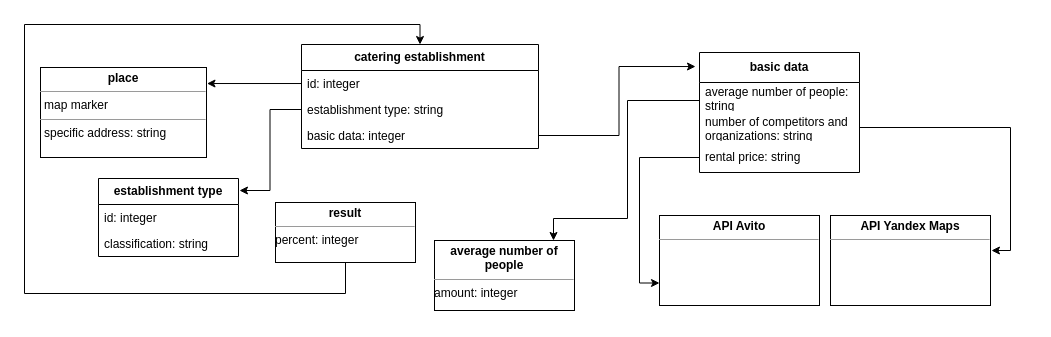
Before: Диаграмма классов.drawio in elmirhismatov/Diplom, a draw.io diagram. Source tidied: cells renumbered, new cells numbered last; positions are measured from the earlier drawing's top-left corner, leaving out a move shared by most shapes. Both pictures are drawn from the tidied source at 100%, with x=0, y=0 at pixel (24, 24).
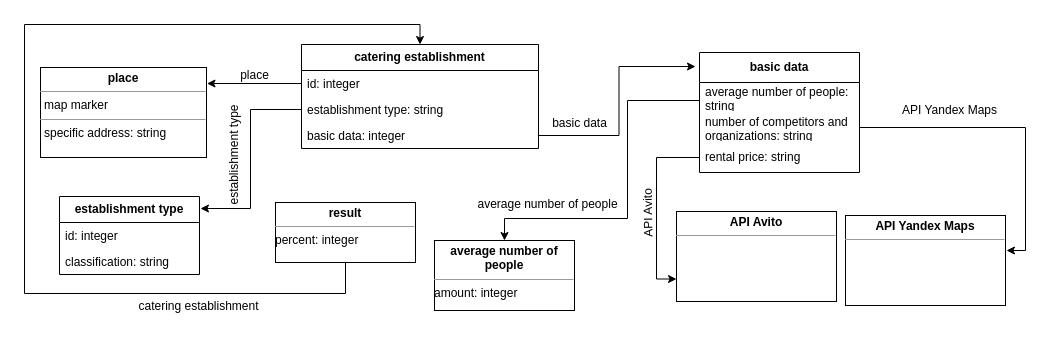
The same diagram, later.

Unchanged cells that the change refers to:
```xml
<mxCell id="10" value="average number of people: string" style="text;strokeColor=none;fillColor=none;align=left;verticalAlign=middle;spacingLeft=4;spacingRight=4;overflow=hidden;points=[[0,0.5],[1,0.5]];portConstraint=eastwest;whiteSpace=wrap;html=1;" parent="9" vertex="1">
  <mxGeometry y="30" width="160" height="30" as="geometry" />
</mxCell>
<mxCell id="17" value="&lt;p style=&quot;margin:0px;margin-top:4px;text-align:center;&quot;&gt;&lt;b&gt;average number of people&lt;/b&gt;&lt;br&gt;&lt;/p&gt;&lt;hr size=&quot;1&quot;&gt;&lt;div style=&quot;height:2px;&quot;&gt;amount: integer&lt;/div&gt;" style="verticalAlign=top;align=left;overflow=fill;fontSize=12;fontFamily=Helvetica;html=1;whiteSpace=wrap;" parent="1" vertex="1">
  <mxGeometry x="410" y="216" width="140" height="70" as="geometry" />
</mxCell>
```

Diff of the diagram source:
```diff
@@
     <mxCell id="6" value="&lt;b&gt;establishment type&lt;/b&gt;" style="swimlane;fontStyle=0;horizontal=1;startSize=26;fillColor=none;whiteSpace=wrap;html=1;" parent="1" vertex="1">
-      <mxGeometry x="74" y="154" width="140" height="78" as="geometry" />
+      <mxGeometry x="35" y="172" width="140" height="78" as="geometry" />
     </mxCell>
@@
     <mxCell id="16" value="&lt;p style=&quot;margin:0px;margin-top:4px;text-align:center;&quot;&gt;&lt;b&gt;API Avito&lt;/b&gt;&lt;/p&gt;&lt;hr size=&quot;1&quot;&gt;&lt;p style=&quot;margin:0px;margin-left:4px;&quot;&gt;&lt;br&gt;&lt;/p&gt;" style="verticalAlign=top;align=left;overflow=fill;fontSize=12;fontFamily=Helvetica;html=1;whiteSpace=wrap;" parent="1" vertex="1">
-      <mxGeometry x="635" y="191" width="160" height="90" as="geometry" />
+      <mxGeometry x="652" y="187" width="160" height="90" as="geometry" />
     </mxCell>
@@
-    <mxCell id="18" style="edgeStyle=orthogonalEdgeStyle;rounded=0;jettySize=auto;html=1;exitX=0;exitY=0.5;exitDx=0;exitDy=0;entryX=0.85;entryY=0;entryDx=0;entryDy=0;entryPerimeter=0;" parent="1" edge="1" source="10" target="17">
+    <mxCell id="18" style="edgeStyle=orthogonalEdgeStyle;rounded=0;jettySize=auto;html=1;exitX=0;exitY=0.5;exitDx=0;exitDy=0;entryX=0.5;entryY=0;entryDx=0;entryDy=0;" parent="1" edge="1" source="10" target="17">
       <mxGeometry relative="1" as="geometry">
         <Array as="points">
           <mxPoint x="675" y="76" />
           <mxPoint x="603" y="76" />
           <mxPoint x="603" y="194" />
-          <mxPoint x="529" y="194" />
+          <mxPoint x="480" y="194" />
         </Array>
       </mxGeometry>
     </mxCell>
@@
     <mxCell id="24" value="&lt;p style=&quot;margin:0px;margin-top:4px;text-align:center;&quot;&gt;&lt;b&gt;API Yandex Maps&lt;/b&gt;&lt;/p&gt;&lt;hr size=&quot;1&quot;&gt;&lt;p style=&quot;margin:0px;margin-left:4px;&quot;&gt;&lt;br&gt;&lt;/p&gt;" style="verticalAlign=top;align=left;overflow=fill;fontSize=12;fontFamily=Helvetica;html=1;whiteSpace=wrap;" parent="1" vertex="1">
-      <mxGeometry x="806" y="191" width="160" height="90" as="geometry" />
+      <mxGeometry x="821" y="191" width="160" height="90" as="geometry" />
     </mxCell>
+    <mxCell id="25" value="catering establishment" style="text;html=1;align=center;verticalAlign=middle;strokeColor=none;fillColor=none;" parent="1" vertex="1">
+      <mxGeometry x="105" y="269" width="138" height="26" as="geometry" />
+    </mxCell>
+    <mxCell id="26" value="place" style="text;html=1;align=center;verticalAlign=middle;strokeColor=none;fillColor=none;" parent="1" vertex="1">
+      <mxGeometry x="206" y="38" width="47" height="26" as="geometry" />
+    </mxCell>
+    <mxCell id="27" value="establishment type" style="text;html=1;align=center;verticalAlign=middle;strokeColor=none;fillColor=none;rotation=-90;" parent="1" vertex="1">
+      <mxGeometry x="151" y="118" width="118" height="26" as="geometry" />
+    </mxCell>
+    <mxCell id="28" value="average number of people" style="text;html=1;align=center;verticalAlign=middle;strokeColor=none;fillColor=none;" parent="1" vertex="1">
+      <mxGeometry x="444" y="167" width="158" height="26" as="geometry" />
+    </mxCell>
+    <mxCell id="29" value="API Avito" style="text;html=1;align=center;verticalAlign=middle;strokeColor=none;fillColor=none;rotation=-91;" parent="1" vertex="1">
+      <mxGeometry x="591" y="176" width="66" height="26" as="geometry" />
+    </mxCell>
+    <mxCell id="30" value="API Yandex Maps" style="text;html=1;align=center;verticalAlign=middle;strokeColor=none;fillColor=none;" parent="1" vertex="1">
+      <mxGeometry x="868" y="73" width="113" height="26" as="geometry" />
+    </mxCell>
+    <mxCell id="31" value="basic data" style="text;html=1;align=center;verticalAlign=middle;strokeColor=none;fillColor=none;" parent="1" vertex="1">
+      <mxGeometry x="518" y="86" width="73" height="26" as="geometry" />
+    </mxCell>
```
